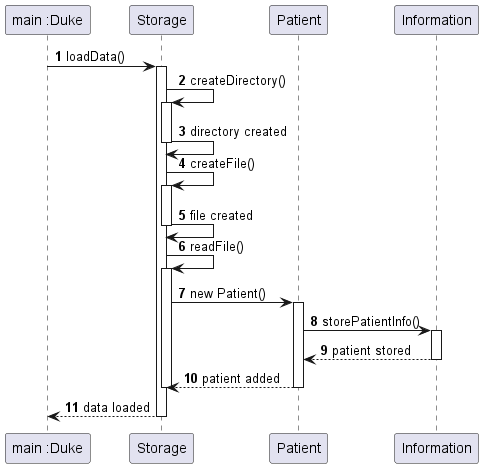
This is docs/diagrams/loadDataSequenceDiagram.png from nus-cs2113-AY2223S2/tp, a PlantUML export, as it was before one commit.
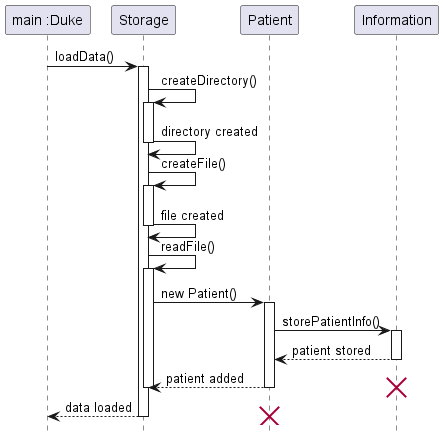
The same diagram one commit later.

Change to the diagram source:
```diff
@@ -1,5 +1,5 @@
 @startuml
-autonumber
+hide footbox
 !include Style.puml
 
 participant "main :Duke"
@@ -22,8 +22,11 @@
 Information --> Patient: patient stored
 deactivate Information
 Patient --> Storage: patient added
+destroy Information
 deactivate Patient
 deactivate Storage
 Storage --> "main :Duke" : data loaded
+destroy Patient
 deactivate Storage
+
 @enduml
```
